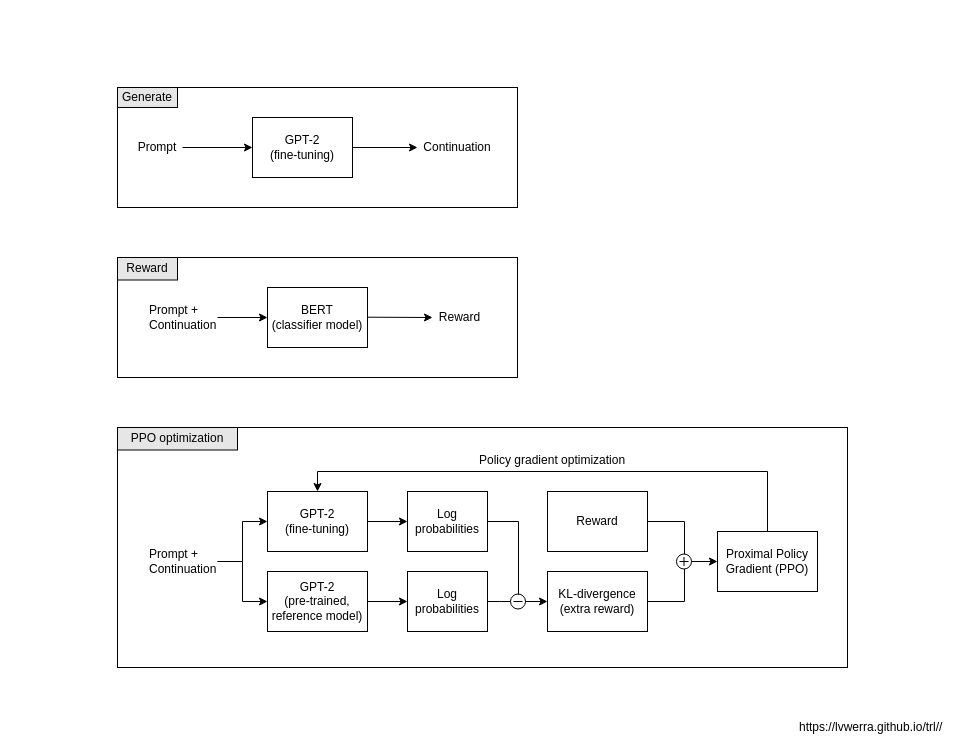
Above: tapt.drawio in chrisliu298/tapt (draw.io), before the change. Source tidied: cells renumbered, new cells numbered last; positions are measured from the earlier drawing's top-left corner, leaving out a move shared by most shapes. Both pictures are drawn from the tidied source at 100%, with x=0, y=0 at pixel (17, 27).
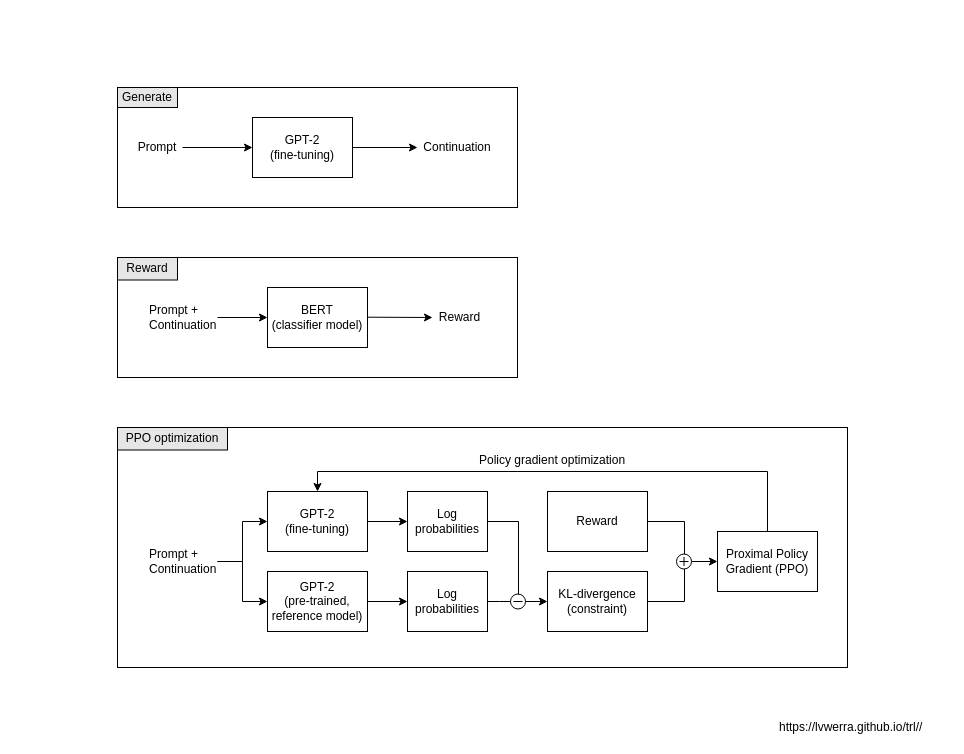
After the change.

What changed in the source:
```diff
@@
-    <mxCell id="21" value="KL-divergence&lt;br&gt;(extra reward)" style="rounded=0;whiteSpace=wrap;html=1;fillColor=none;" parent="1" vertex="1">
+    <mxCell id="21" value="KL-divergence&lt;br&gt;(constraint)" style="rounded=0;whiteSpace=wrap;html=1;fillColor=none;" parent="1" vertex="1">
       <mxGeometry x="530" y="544" width="100" height="60" as="geometry" />
     </mxCell>
@@
     <mxCell id="41" value="PPO optimization" style="rounded=0;whiteSpace=wrap;html=1;strokeColor=#000000;fillColor=#E6E6E6;" parent="1" vertex="1">
-      <mxGeometry x="100" y="400" width="120" height="22.5" as="geometry" />
+      <mxGeometry x="100" y="400" width="110" height="22.5" as="geometry" />
     </mxCell>
     <mxCell id="42" value="https://lvwerra.github.io/trl//" style="text;whiteSpace=wrap;html=1;" parent="1" vertex="1">
-      <mxGeometry x="780" y="686" width="150" height="20" as="geometry" />
+      <mxGeometry x="760" y="686" width="150" height="20" as="geometry" />
     </mxCell>
@@
-    <mxCell id="44" style="rounded=0;whiteSpace=wrap;html=1;fillColor=none;strokeColor=none;" parent="1" vertex="1">
-      <mxGeometry width="930" height="710" as="geometry" />
-    </mxCell>
+    <mxCell id="45" style="rounded=0;whiteSpace=wrap;html=1;strokeColor=none;fillColor=none;" parent="1" vertex="1">
+      <mxGeometry x="20" y="-10" width="890" height="720" as="geometry" />
+    </mxCell>
```
